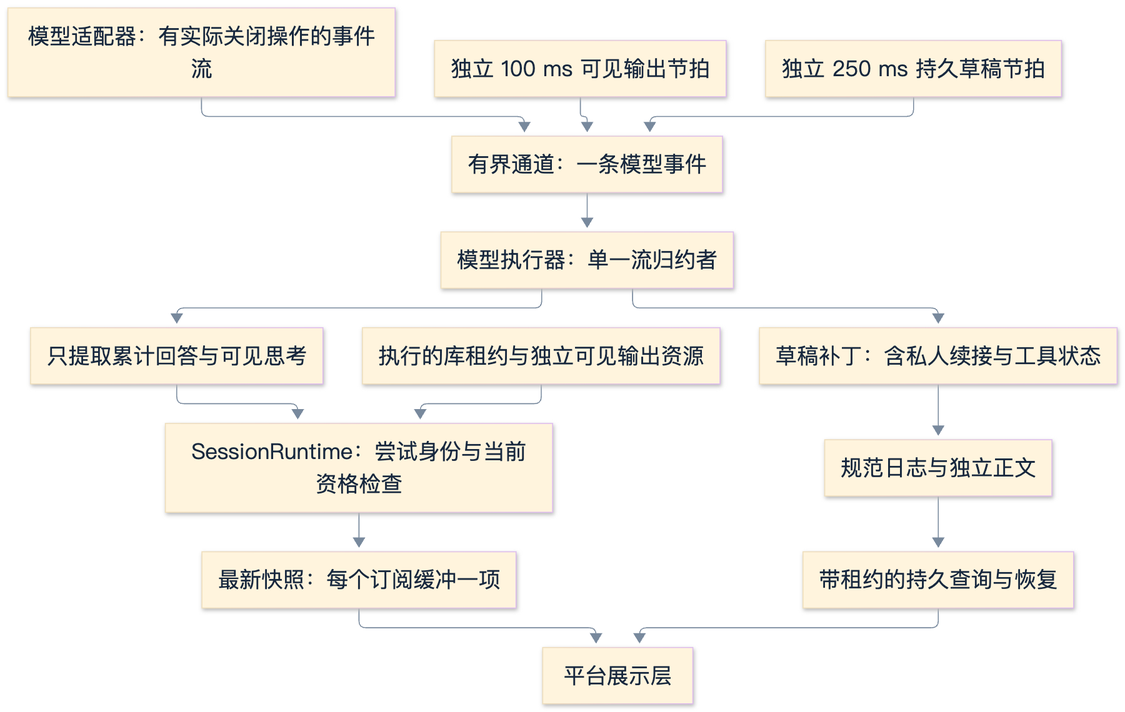
alwynou/mira keeps this Mermaid diagram as docs/architecture/diagrams/agent-live-output.png. Above is the earlier version. Its source is kept beside it as docs/architecture/diagrams/agent-live-output.mmd.
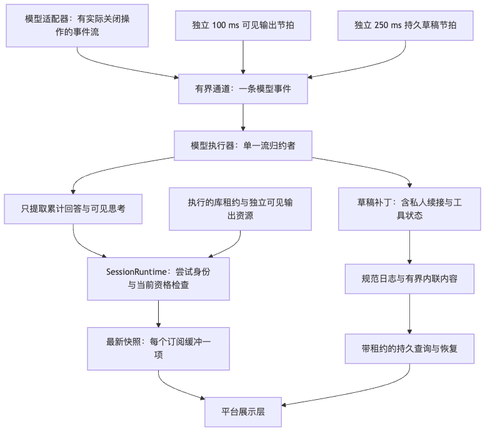
The same file after the commit.

The edit, as a diff of the source:
```diff
@@ -9,6 +9,6 @@
     Session --> Latest[最新快照：每个订阅缓冲一项]
     Latest --> Host[平台展示层]
     Consumer --> Draft[草稿补丁：含私人续接与工具状态]
-    Draft --> Journal[规范日志与独立正文]
+    Draft --> Journal[规范日志与有界内联内容]
     Journal --> Query[带租约的持久查询与恢复]
     Query --> Host
```
